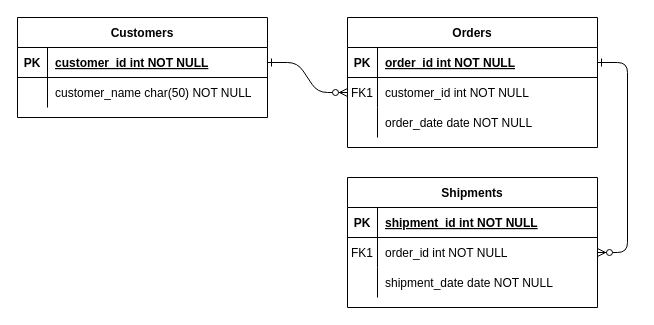
Above: designs/database/conceptual_model_diagram.drawio in jadogeri/CalorieTrackerApp (draw.io), before the change. Source tidied: cells renumbered, new cells numbered last; positions are measured from the earlier drawing's top-left corner, leaving out a move shared by most shapes. Both pictures are drawn from the tidied source at 100%, with x=0, y=0 at pixel (17, 17).
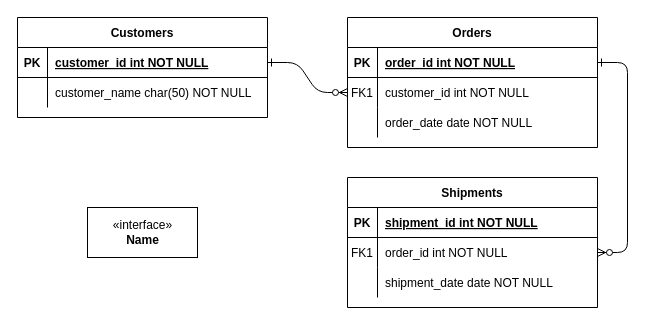
The same page after the edit.

Commit message (it also covers changes not shown here):
added entities to class diagram

What changed in the source:
```diff
@@
+    <mxCell id="31" value="&amp;laquo;interface&amp;raquo;&lt;br&gt;&lt;b&gt;Name&lt;/b&gt;" style="html=1;" parent="1" vertex="1">
+      <mxGeometry x="70" y="190" width="110" height="50" as="geometry" />
+    </mxCell>
```
